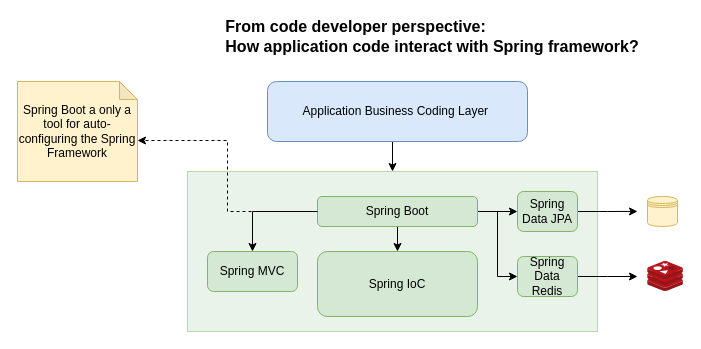
xzhhzx/study-note keeps this draw.io diagram as page "From code developer perspective" (1 of 3) of Spring/SpringFramework-0-overview.drawio. Above is the earlier version. Source tidied: cells renumbered, new cells numbered last; positions are measured from the earlier drawing's top-left corner, leaving out a move shared by most shapes. Both pictures are drawn from the tidied source at 100%, with x=0, y=0 at pixel (17, 21).
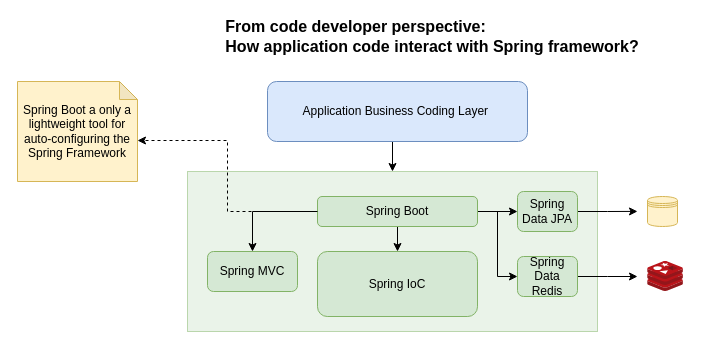
Above is the later version.

Diff of the diagram source:
```diff
@@
-    <mxCell id="18" value="Spring Boot a only a tool for auto-configuring the Spring Framework" style="shape=note;whiteSpace=wrap;html=1;backgroundOutline=1;darkOpacity=0.05;fillColor=#fff2cc;strokeColor=#d6b656;size=18;" parent="1" vertex="1">
+    <mxCell id="18" value="Spring Boot a only a lightweight tool for auto-configuring the Spring Framework" style="shape=note;whiteSpace=wrap;html=1;backgroundOutline=1;darkOpacity=0.05;fillColor=#fff2cc;strokeColor=#d6b656;size=18;" parent="1" vertex="1">
       <mxGeometry y="60" width="120" height="100" as="geometry" />
     </mxCell>
```
